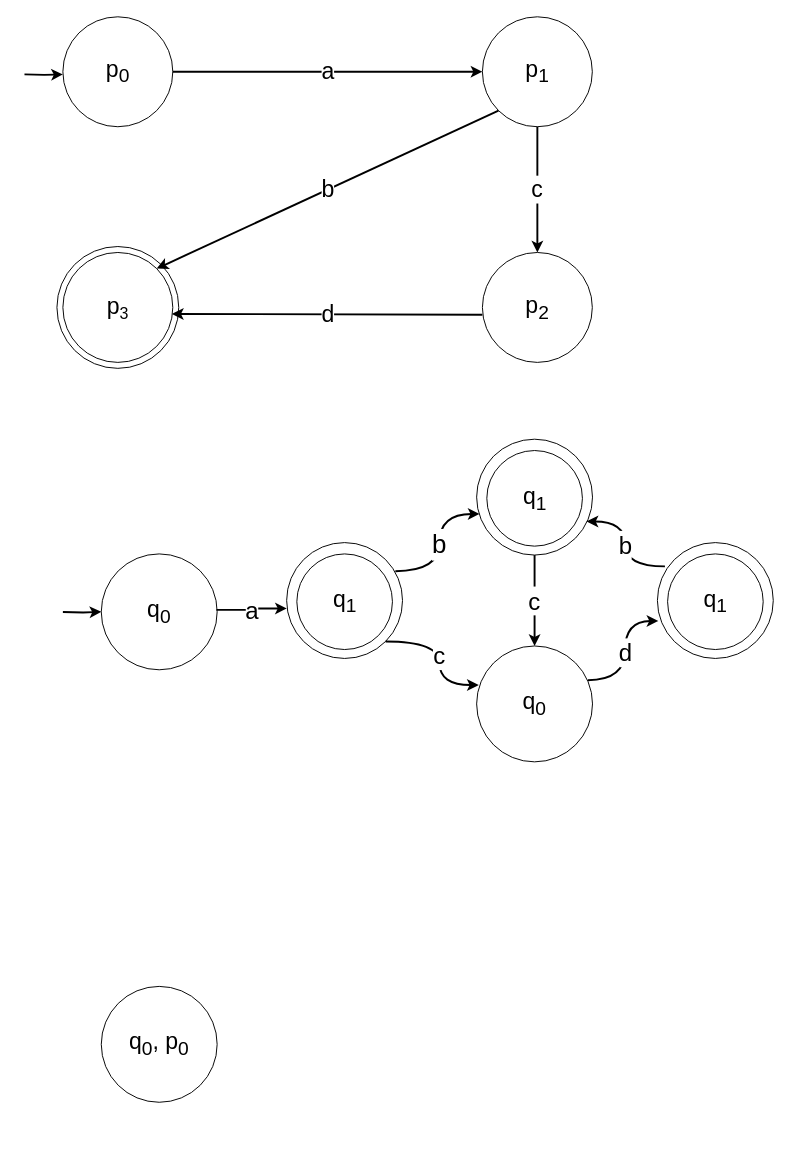
Above: thesisdrawing.drawio in olliglorioso/datasets (draw.io), before the change. Source tidied: cells renumbered, new cells numbered last; positions are measured from the earlier drawing's top-left corner, leaving out a move shared by most shapes. Both pictures are drawn from the tidied source at 96%, with x=0, y=0 at pixel (24, 16).
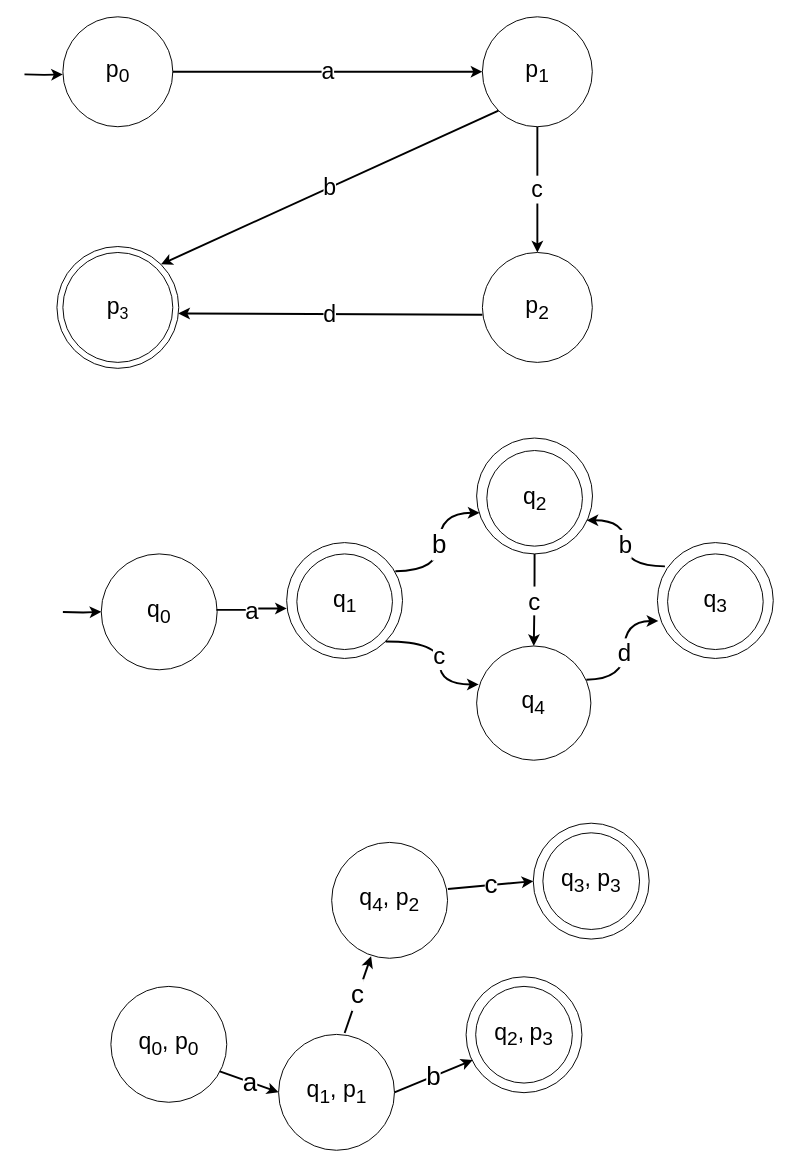
The same page after the edit.

Unchanged cells that the change refers to:
```xml
<mxCell id="2" style="group;" parent="1" vertex="1">
  <mxGeometry x="40" width="570" height="366.2" as="geometry" />
</mxCell>
<mxCell id="4" value="&lt;span style=&quot;font-size: 24px;&quot;&gt;p&lt;sub&gt;1&lt;/sub&gt;&lt;/span&gt;" style="ellipse;whiteSpace=wrap;html=1;" parent="2" vertex="1">
  <mxGeometry x="437" width="114.5" height="114.5" as="geometry" />
</mxCell>
<mxCell id="6" value="&lt;span style=&quot;font-size: 24px;&quot;&gt;p&lt;/span&gt;&lt;span style=&quot;font-size: 20px;&quot;&gt;&lt;sub&gt;3&lt;/sub&gt;&lt;/span&gt;" style="ellipse;whiteSpace=wrap;html=1;" parent="2" vertex="1">
  <mxGeometry y="245.5" width="114.5" height="114.5" as="geometry" />
</mxCell>
<mxCell id="11" style="ellipse;whiteSpace=wrap;html=1;fillColor=none;" parent="2" vertex="1">
  <mxGeometry x="-6.2" y="239.3" width="126.9" height="126.9" as="geometry" />
</mxCell>
<mxCell id="12" style="group;" parent="1" vertex="1">
  <mxGeometry x="80" y="440" width="700" height="350" as="geometry" />
</mxCell>
<mxCell id="17" style="group;" parent="12" vertex="1">
  <mxGeometry x="401.6" y="11.8" width="110.1" height="122.8" as="geometry" />
</mxCell>
<mxCell id="20" style="group;" parent="12" vertex="1">
  <mxGeometry x="589.9" y="119.5" width="110.1" height="122.8" as="geometry" />
</mxCell>
```

Diff of the diagram source:
```diff
@@
+    <mxCell id="33" style="ellipse;whiteSpace=wrap;html=1;fillColor=none;" parent="1" vertex="1">
+      <mxGeometry x="470" y="1010" width="100.7" height="100.7" as="geometry" />
+    </mxCell>
+    <mxCell id="34" value="&lt;span style=&quot;font-size: 24px;&quot;&gt;q&lt;sub&gt;4&lt;/sub&gt;, p&lt;sub&gt;2&lt;br&gt;&lt;/sub&gt;&lt;/span&gt;" style="ellipse;whiteSpace=wrap;html=1;fillColor=none;" parent="1" vertex="1">
+      <mxGeometry x="320" y="860" width="120.7" height="120.7" as="geometry" />
+    </mxCell>
@@
-    <mxCell id="8" value="&lt;font style=&quot;font-size: 24px;&quot;&gt;d&lt;/font&gt;" style="endArrow=none;html=1;rounded=0;entryX=0;entryY=0.5;entryDx=0;entryDy=0;strokeWidth=2;exitX=0.992;exitY=0.559;exitDx=0;exitDy=0;exitPerimeter=0;startArrow=classic;startFill=1;" parent="2" edge="1" source="6">
+    <mxCell id="8" value="&lt;font style=&quot;font-size: 24px;&quot;&gt;d&lt;/font&gt;" style="endArrow=none;html=1;rounded=0;entryX=0;entryY=0.5;entryDx=0;entryDy=0;strokeWidth=2;startArrow=classic;startFill=1;exitX=0.996;exitY=0.549;exitDx=0;exitDy=0;exitPerimeter=0;" parent="2" edge="1" source="11">
       <mxGeometry relative="1" as="geometry">
         <mxPoint x="437" y="310.4" as="targetPoint" />
       </mxGeometry>
     </mxCell>
@@
-    <mxCell id="10" value="&lt;font style=&quot;font-size: 24px;&quot;&gt;b&lt;/font&gt;" style="endArrow=none;html=1;rounded=0;entryX=0;entryY=1;entryDx=0;entryDy=0;exitX=1;exitY=0;exitDx=0;exitDy=0;strokeWidth=2;startArrow=classic;startFill=1;" parent="2" edge="1" source="6" target="4">
+    <mxCell id="10" value="&lt;font style=&quot;font-size: 24px;&quot;&gt;b&lt;/font&gt;" style="endArrow=none;html=1;rounded=0;entryX=0;entryY=1;entryDx=0;entryDy=0;exitX=1;exitY=0;exitDx=0;exitDy=0;strokeWidth=2;startArrow=classic;startFill=1;" parent="2" edge="1" source="11" target="4">
       <mxGeometry relative="1" as="geometry" />
     </mxCell>
@@
-    <mxCell id="18" value="&lt;span style=&quot;font-size: 24px;&quot;&gt;q&lt;sub&gt;1&lt;/sub&gt;&lt;/span&gt;" style="ellipse;whiteSpace=wrap;html=1;strokeColor=default;strokeWidth=1;" parent="17" vertex="1">
+    <mxCell id="18" value="&lt;span style=&quot;font-size: 24px;&quot;&gt;q&lt;sub&gt;2&lt;/sub&gt;&lt;/span&gt;" style="ellipse;whiteSpace=wrap;html=1;strokeColor=default;strokeWidth=1;" parent="17" vertex="1">
       <mxGeometry width="99.6" height="99.6" as="geometry" />
     </mxCell>
-    <mxCell id="19" style="ellipse;whiteSpace=wrap;html=1;fillColor=none;" parent="12" vertex="1">
-      <mxGeometry x="391" width="120.7" height="120.7" as="geometry" />
+    <mxCell id="19" style="ellipse;whiteSpace=wrap;html=1;fillColor=none;" parent="17" vertex="1">
+      <mxGeometry x="-10.6" y="-13" width="120.7" height="120.7" as="geometry" />
     </mxCell>
@@
-    <mxCell id="21" value="&lt;span style=&quot;font-size: 24px;&quot;&gt;q&lt;sub&gt;1&lt;/sub&gt;&lt;/span&gt;" style="ellipse;whiteSpace=wrap;html=1;strokeColor=default;strokeWidth=1;" parent="20" vertex="1">
+    <mxCell id="21" value="&lt;span style=&quot;font-size: 24px;&quot;&gt;q&lt;sub&gt;3&lt;/sub&gt;&lt;/span&gt;" style="ellipse;whiteSpace=wrap;html=1;strokeColor=default;strokeWidth=1;" parent="20" vertex="1">
       <mxGeometry width="99.6" height="99.6" as="geometry" />
     </mxCell>
-    <mxCell id="22" style="ellipse;whiteSpace=wrap;html=1;fillColor=none;" parent="12" vertex="1">
-      <mxGeometry x="579.3" y="107.7" width="120.7" height="120.7" as="geometry" />
+    <mxCell id="22" style="ellipse;whiteSpace=wrap;html=1;fillColor=none;" parent="20" vertex="1">
+      <mxGeometry x="-10.6" y="-11.8" width="120.7" height="120.7" as="geometry" />
     </mxCell>
-    <mxCell id="23" value="&lt;span style=&quot;font-size: 24px;&quot;&gt;q&lt;sub&gt;0&lt;/sub&gt;&lt;/span&gt;" style="ellipse;whiteSpace=wrap;html=1;" parent="12" vertex="1">
-      <mxGeometry x="391" y="215.4" width="120.7" height="120.7" as="geometry" />
+    <mxCell id="23" value="&lt;span style=&quot;font-size: 24px;&quot;&gt;q&lt;sub&gt;4&lt;/sub&gt;&lt;/span&gt;" style="ellipse;whiteSpace=wrap;html=1;" parent="12" vertex="1">
+      <mxGeometry x="391" y="215.4" width="119" height="119" as="geometry" />
     </mxCell>
@@
     <mxCell id="31" value="&lt;span style=&quot;font-size: 24px;&quot;&gt;q&lt;sub&gt;0&lt;/sub&gt;, p&lt;sub&gt;0&lt;/sub&gt;&lt;/span&gt;" style="ellipse;whiteSpace=wrap;html=1;" parent="1" vertex="1">
-      <mxGeometry x="80" y="1010" width="120.7" height="120.7" as="geometry" />
+      <mxGeometry x="90" y="1010" width="120.7" height="120.7" as="geometry" />
     </mxCell>
@@
+    <mxCell id="35" value="&lt;span style=&quot;font-size: 24px;&quot;&gt;q&lt;sub&gt;1&lt;/sub&gt;, p&lt;sub&gt;1&lt;/sub&gt;&lt;/span&gt;" style="ellipse;whiteSpace=wrap;html=1;" parent="1" vertex="1">
+      <mxGeometry x="264.7" y="1060" width="120.7" height="120.7" as="geometry" />
+    </mxCell>
+    <mxCell id="36" value="&lt;font style=&quot;font-size: 27px;&quot;&gt;a&lt;/font&gt;" style="endArrow=classic;html=1;rounded=0;entryX=0;entryY=0.5;entryDx=0;entryDy=0;exitX=0.94;exitY=0.733;exitDx=0;exitDy=0;strokeWidth=2;startArrow=none;startFill=0;endFill=1;exitPerimeter=0;" parent="1" edge="1" source="31" target="35">
+      <mxGeometry relative="1" as="geometry" />
+    </mxCell>
+    <mxCell id="37" value="&lt;span style=&quot;font-size: 24px;&quot;&gt;q&lt;sub&gt;2&lt;/sub&gt;,&lt;sub&gt; &lt;/sub&gt;p&lt;sub&gt;3&lt;/sub&gt;&lt;/span&gt;" style="ellipse;whiteSpace=wrap;html=1;fillColor=none;" parent="1" vertex="1">
+      <mxGeometry x="460" y="1000" width="120.7" height="120.7" as="geometry" />
+    </mxCell>
+    <mxCell id="38" value="&lt;font style=&quot;font-size: 27px;&quot;&gt;b&lt;/font&gt;" style="endArrow=classic;html=1;rounded=0;entryX=0.057;entryY=0.718;entryDx=0;entryDy=0;exitX=1;exitY=0.5;exitDx=0;exitDy=0;strokeWidth=2;startArrow=none;startFill=0;endFill=1;entryPerimeter=0;" parent="1" edge="1" source="35" target="37">
+      <mxGeometry relative="1" as="geometry" />
+    </mxCell>
+    <mxCell id="39" style="ellipse;whiteSpace=wrap;html=1;fillColor=none;" parent="1" vertex="1">
+      <mxGeometry x="540" y="850" width="100.7" height="100.7" as="geometry" />
+    </mxCell>
+    <mxCell id="40" value="&lt;span style=&quot;font-size: 24px;&quot;&gt;q&lt;sub&gt;3&lt;/sub&gt;, p&lt;sub&gt;3&lt;br&gt;&lt;/sub&gt;&lt;/span&gt;" style="ellipse;whiteSpace=wrap;html=1;fillColor=none;" parent="1" vertex="1">
+      <mxGeometry x="530" y="840" width="120.7" height="120.7" as="geometry" />
+    </mxCell>
+    <mxCell id="41" value="&lt;font style=&quot;font-size: 27px;&quot;&gt;c&lt;br&gt;&lt;/font&gt;" style="endArrow=classic;html=1;rounded=0;exitX=0.57;exitY=-0.012;exitDx=0;exitDy=0;strokeWidth=2;startArrow=none;startFill=0;endFill=1;entryX=0.34;entryY=0.982;entryDx=0;entryDy=0;entryPerimeter=0;exitPerimeter=0;" parent="1" edge="1" source="35" target="34">
+      <mxGeometry relative="1" as="geometry" />
+    </mxCell>
+    <mxCell id="42" value="&lt;font style=&quot;font-size: 27px;&quot;&gt;c&lt;br&gt;&lt;/font&gt;" style="endArrow=classic;html=1;rounded=0;entryX=0;entryY=0.5;entryDx=0;entryDy=0;exitX=1.003;exitY=0.402;exitDx=0;exitDy=0;strokeWidth=2;startArrow=none;startFill=0;endFill=1;exitPerimeter=0;" parent="1" edge="1" source="34" target="40">
+      <mxGeometry relative="1" as="geometry" />
+    </mxCell>
```
